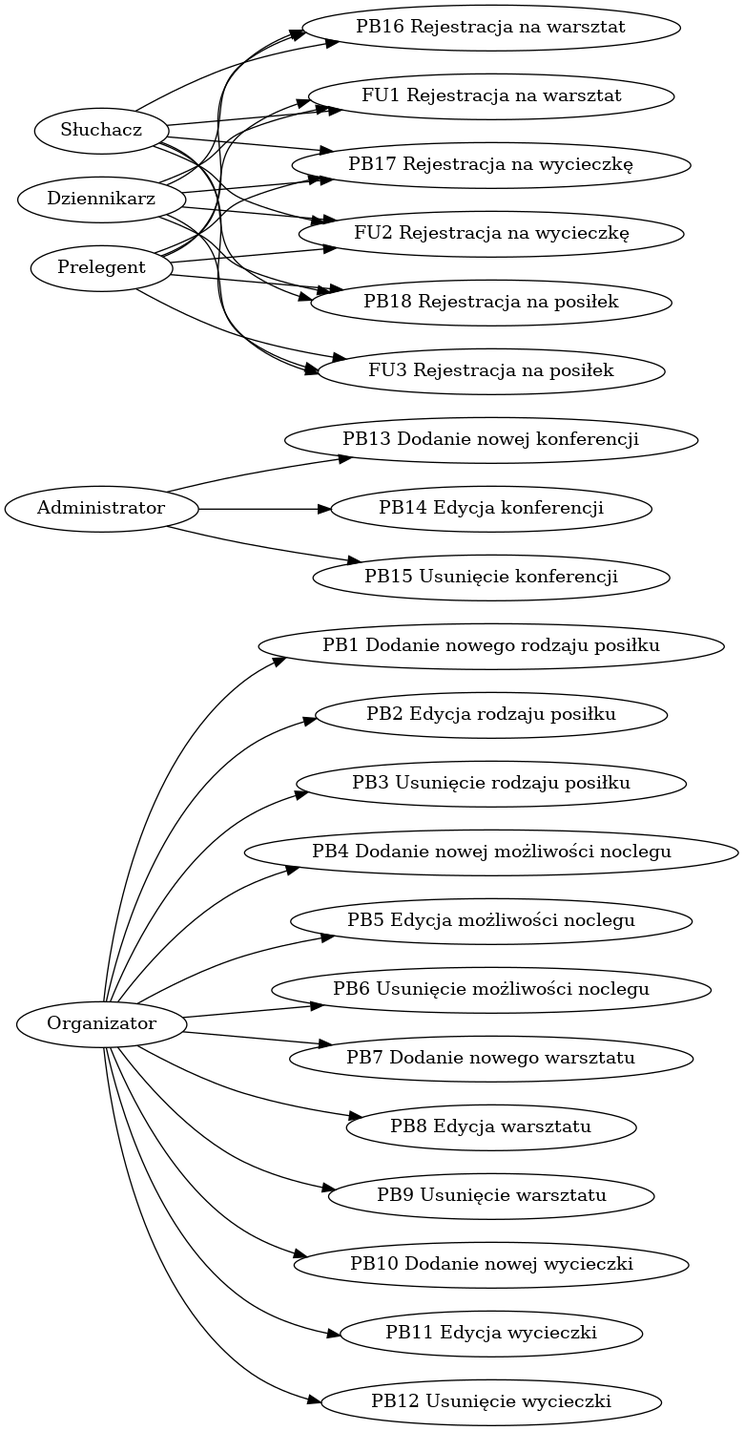
zyla/iop_konferencja keeps this Graphviz diagram as przypadki.png. Above is the earlier version. Its source is kept beside it as przypadki.dot.
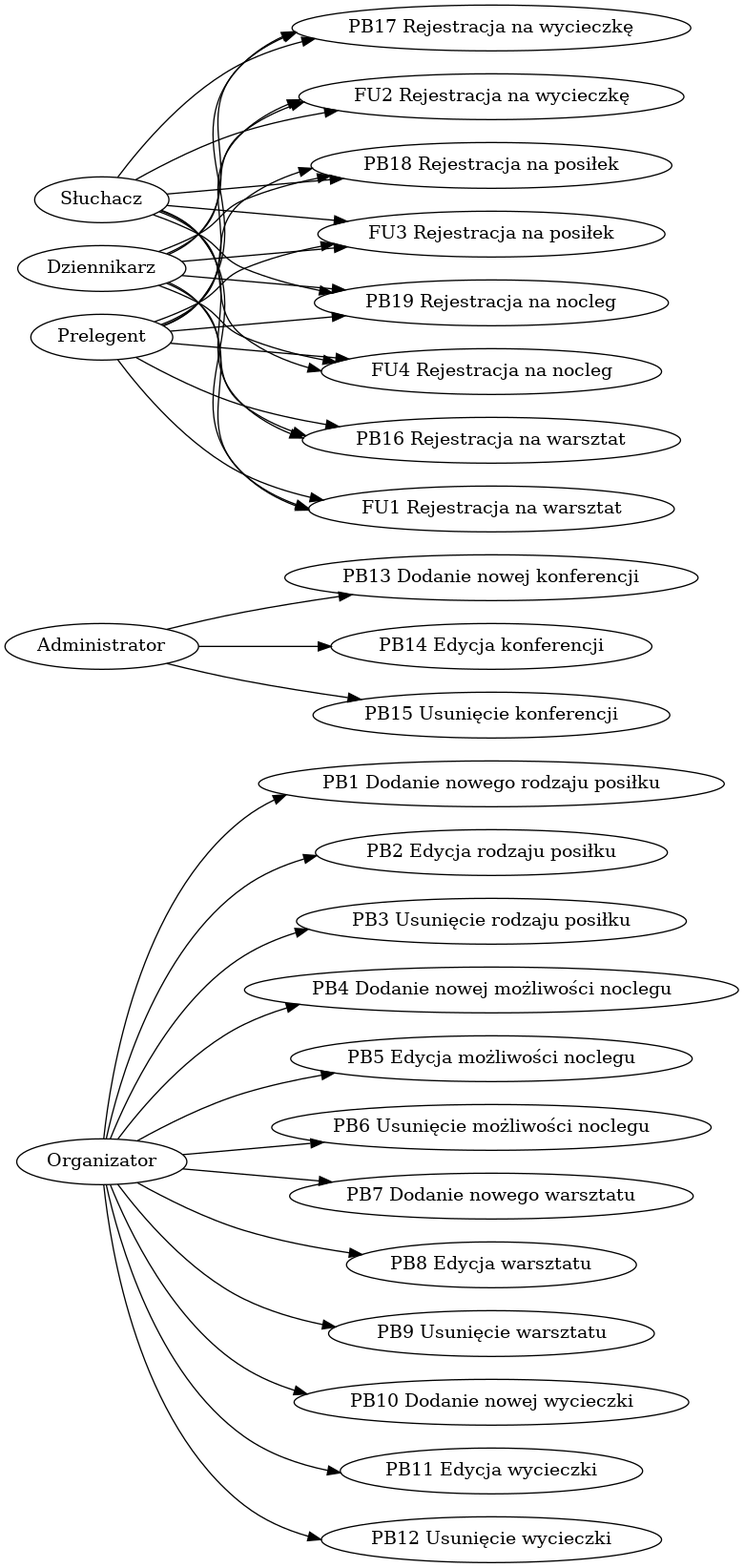
After the change.

Diff of the diagram source:
```diff
@@ -31,4 +31,10 @@
 "Słuchacz" -> "FU3 Rejestracja na posiłek"
 "Dziennikarz" -> "FU3 Rejestracja na posiłek"
 "Prelegent" -> "FU3 Rejestracja na posiłek"
+"Słuchacz" -> "PB19 Rejestracja na nocleg"
+"Dziennikarz" -> "PB19 Rejestracja na nocleg"
+"Prelegent" -> "PB19 Rejestracja na nocleg"
+"Słuchacz" -> "FU4 Rejestracja na nocleg"
+"Dziennikarz" -> "FU4 Rejestracja na nocleg"
+"Prelegent" -> "FU4 Rejestracja na nocleg"
  }
```
